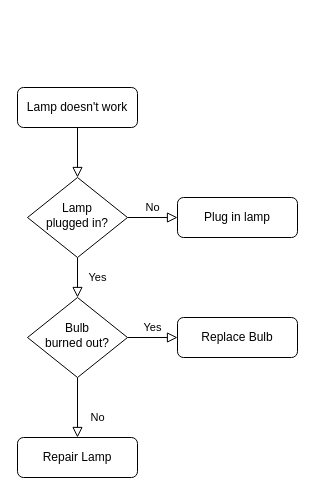
The draw.io diagram 未命名绘图.drawio in m12306/javaWebTest, before the edit. Source tidied: cells renumbered, new cells numbered last; positions are measured from the earlier drawing's top-left corner, leaving out a move shared by most shapes. Both pictures are drawn from the tidied source at 100%, with x=0, y=0 at pixel (17, 87).
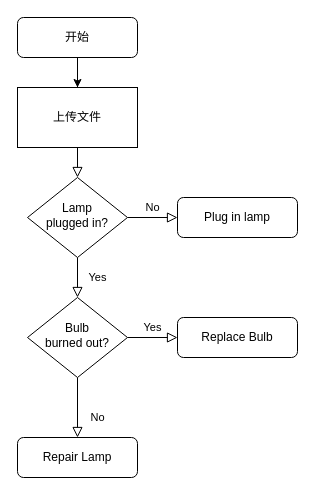
The same diagram, later.

Commit message:
酒店反诈脱机管理程序

The edit, as a diff of the source:
```diff
@@
 <mxGraphModel>
   <root>
     <mxCell id="0" />
     <mxCell id="1" parent="0" />
     <mxCell id="2" style="rounded=0;html=1;jettySize=auto;fontSize=11;endArrow=block;endFill=0;endSize=8;strokeWidth=1;shadow=0;labelBackgroundColor=none;edgeStyle=orthogonalEdgeStyle;" parent="1" edge="1" source="3" target="6">
       <mxGeometry relative="1" as="geometry" />
     </mxCell>
+    <mxCell id="13" style="edgeStyle=orthogonalEdgeStyle;rounded=0;jettySize=auto;html=1;" parent="1" edge="1" source="3">
+      <mxGeometry relative="1" as="geometry">
+        <mxPoint x="60" as="targetPoint" />
+      </mxGeometry>
+    </mxCell>
-    <mxCell id="3" value="Lamp doesn't work" style="rounded=1;whiteSpace=wrap;html=1;fontSize=12;glass=0;strokeWidth=1;shadow=0;" parent="1" vertex="1">
-      <mxGeometry width="120" height="40" as="geometry" />
+    <mxCell id="3" value="开始" style="rounded=1;whiteSpace=wrap;html=1;fontSize=12;glass=0;strokeWidth=1;shadow=0;" parent="1" vertex="1">
+      <mxGeometry y="-70" width="120" height="40" as="geometry" />
     </mxCell>
     <mxCell id="4" value="Yes" style="rounded=0;html=1;jettySize=auto;fontSize=11;endArrow=block;endFill=0;endSize=8;strokeWidth=1;shadow=0;labelBackgroundColor=none;edgeStyle=orthogonalEdgeStyle;" parent="1" edge="1" source="6" target="10">
       <mxGeometry y="20" relative="1" as="geometry" />
     </mxCell>
     <mxCell id="5" value="No" style="edgeStyle=orthogonalEdgeStyle;rounded=0;html=1;jettySize=auto;fontSize=11;endArrow=block;endFill=0;endSize=8;strokeWidth=1;shadow=0;labelBackgroundColor=none;" parent="1" edge="1" source="6" target="7">
       <mxGeometry y="10" relative="1" as="geometry" />
     </mxCell>
     <mxCell id="6" value="Lamp&lt;br&gt;plugged in?" style="rhombus;whiteSpace=wrap;html=1;shadow=0;fontFamily=Helvetica;fontSize=12;align=center;strokeWidth=1;spacing=6;spacingTop=-4;" parent="1" vertex="1">
       <mxGeometry x="10" y="90" width="100" height="80" as="geometry" />
     </mxCell>
     <mxCell id="7" value="Plug in lamp" style="rounded=1;whiteSpace=wrap;html=1;fontSize=12;glass=0;strokeWidth=1;shadow=0;" parent="1" vertex="1">
       <mxGeometry x="160" y="110" width="120" height="40" as="geometry" />
     </mxCell>
     <mxCell id="8" value="No" style="rounded=0;html=1;jettySize=auto;fontSize=11;endArrow=block;endFill=0;endSize=8;strokeWidth=1;shadow=0;labelBackgroundColor=none;edgeStyle=orthogonalEdgeStyle;" parent="1" edge="1" source="10" target="11">
       <mxGeometry x="0.33" y="20" relative="1" as="geometry" />
     </mxCell>
     <mxCell id="9" value="Yes" style="edgeStyle=orthogonalEdgeStyle;rounded=0;html=1;jettySize=auto;fontSize=11;endArrow=block;endFill=0;endSize=8;strokeWidth=1;shadow=0;labelBackgroundColor=none;" parent="1" edge="1" source="10" target="12">
       <mxGeometry y="10" relative="1" as="geometry" />
     </mxCell>
     <mxCell id="10" value="Bulb&lt;br&gt;burned out?" style="rhombus;whiteSpace=wrap;html=1;shadow=0;fontFamily=Helvetica;fontSize=12;align=center;strokeWidth=1;spacing=6;spacingTop=-4;" parent="1" vertex="1">
       <mxGeometry x="10" y="210" width="100" height="80" as="geometry" />
     </mxCell>
     <mxCell id="11" value="Repair Lamp" style="rounded=1;whiteSpace=wrap;html=1;fontSize=12;glass=0;strokeWidth=1;shadow=0;" parent="1" vertex="1">
       <mxGeometry y="350" width="120" height="40" as="geometry" />
     </mxCell>
     <mxCell id="12" value="Replace Bulb" style="rounded=1;whiteSpace=wrap;html=1;fontSize=12;glass=0;strokeWidth=1;shadow=0;" parent="1" vertex="1">
       <mxGeometry x="160" y="230" width="120" height="40" as="geometry" />
     </mxCell>
+    <mxCell id="14" value="上传文件" style="rounded=0;whiteSpace=wrap;html=1;" parent="1" vertex="1">
+      <mxGeometry width="120" height="60" as="geometry" />
+    </mxCell>
   </root>
 </mxGraphModel>
```
